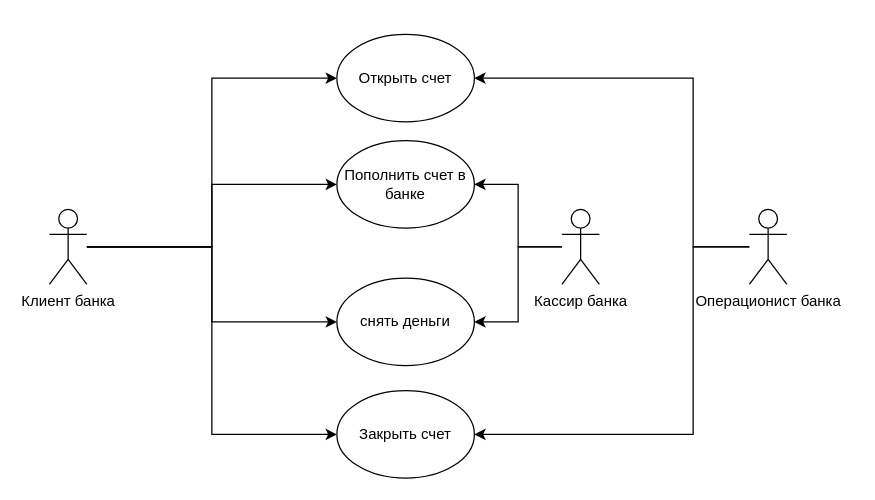
This is AKMS/PR_2/pr2.drawio from Idontlikeni/fourth_semestr, a draw.io file, before an edit. Source tidied: cells renumbered, new cells numbered last; positions are measured from the earlier drawing's top-left corner, leaving out a move shared by most shapes. Both pictures are drawn from the tidied source at 125%, with x=0, y=0 at pixel (49, 34).
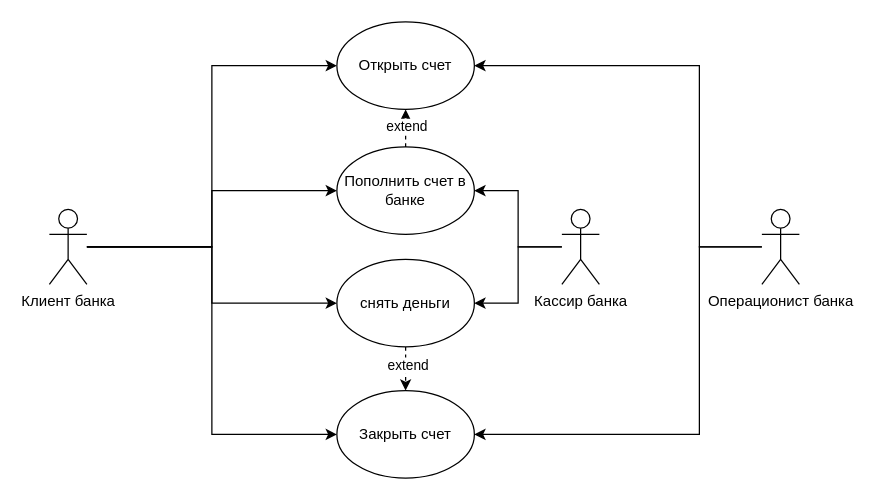
The same diagram, later.

Unchanged cells that the change refers to:
```xml
<mxCell id="15" value="Закрыть счет" style="ellipse;whiteSpace=wrap;html=1;" parent="1" vertex="1">
  <mxGeometry x="230" y="285" width="110" height="70" as="geometry" />
</mxCell>
```

Change to the diagram source:
```diff
@@
+    <mxCell id="17" style="edgeStyle=orthogonalEdgeStyle;rounded=0;jettySize=auto;html=1;exitX=0.5;exitY=0;exitDx=0;exitDy=0;entryX=0.5;entryY=1;entryDx=0;entryDy=0;dashed=1;" parent="1" edge="1" source="7" target="8">
+      <mxGeometry relative="1" as="geometry" />
+    </mxCell>
+    <mxCell id="18" value="extend" style="edgeLabel;html=1;align=center;verticalAlign=middle;" parent="17" vertex="1">
+      <mxGeometry x="0.13" relative="1" as="geometry" />
+    </mxCell>
     <mxCell id="7" value="Пополнить счет в банке" style="ellipse;whiteSpace=wrap;html=1;" parent="1" vertex="1">
-      <mxGeometry x="230" y="85" width="110" height="70" as="geometry" />
+      <mxGeometry x="230" y="90" width="110" height="70" as="geometry" />
     </mxCell>
     <mxCell id="8" value="Открыть счет" style="ellipse;whiteSpace=wrap;html=1;" parent="1" vertex="1">
-      <mxGeometry x="230" width="110" height="70" as="geometry" />
+      <mxGeometry x="230" y="-10" width="110" height="70" as="geometry" />
     </mxCell>
     <mxCell id="9" style="edgeStyle=orthogonalEdgeStyle;rounded=0;jettySize=auto;html=1;entryX=1;entryY=0.5;entryDx=0;entryDy=0;" parent="1" edge="1" source="11" target="8">
       <mxGeometry relative="1" as="geometry">
         <Array as="points">
-          <mxPoint x="515" y="35" />
+          <mxPoint x="520" y="170" />
+          <mxPoint x="520" y="25" />
         </Array>
       </mxGeometry>
     </mxCell>
     <mxCell id="10" style="edgeStyle=orthogonalEdgeStyle;rounded=0;jettySize=auto;html=1;entryX=1;entryY=0.5;entryDx=0;entryDy=0;" parent="1" edge="1" source="11" target="15">
       <mxGeometry relative="1" as="geometry">
         <Array as="points">
-          <mxPoint x="515" y="320" />
+          <mxPoint x="520" y="170" />
+          <mxPoint x="520" y="320" />
         </Array>
       </mxGeometry>
     </mxCell>
     <mxCell id="11" value="&lt;div&gt;Операционист банка&lt;/div&gt;" style="shape=umlActor;verticalLabelPosition=bottom;verticalAlign=top;html=1;outlineConnect=0;" parent="1" vertex="1">
-      <mxGeometry x="560" y="140" width="30" height="60" as="geometry" />
+      <mxGeometry x="570" y="140" width="30" height="60" as="geometry" />
     </mxCell>
@@
+    <mxCell id="19" style="edgeStyle=orthogonalEdgeStyle;rounded=0;jettySize=auto;html=1;exitX=0.5;exitY=1;exitDx=0;exitDy=0;entryX=0.5;entryY=0;entryDx=0;entryDy=0;dashed=1;" parent="1" edge="1" source="16" target="15">
+      <mxGeometry relative="1" as="geometry" />
+    </mxCell>
+    <mxCell id="20" value="extend" style="edgeLabel;html=1;align=center;verticalAlign=middle;" parent="19" vertex="1">
+      <mxGeometry x="-0.2" y="1" relative="1" as="geometry" />
+    </mxCell>
     <mxCell id="16" value="снять деньги" style="ellipse;whiteSpace=wrap;html=1;" parent="1" vertex="1">
-      <mxGeometry x="230" y="195" width="110" height="70" as="geometry" />
+      <mxGeometry x="230" y="180" width="110" height="70" as="geometry" />
     </mxCell>
```
